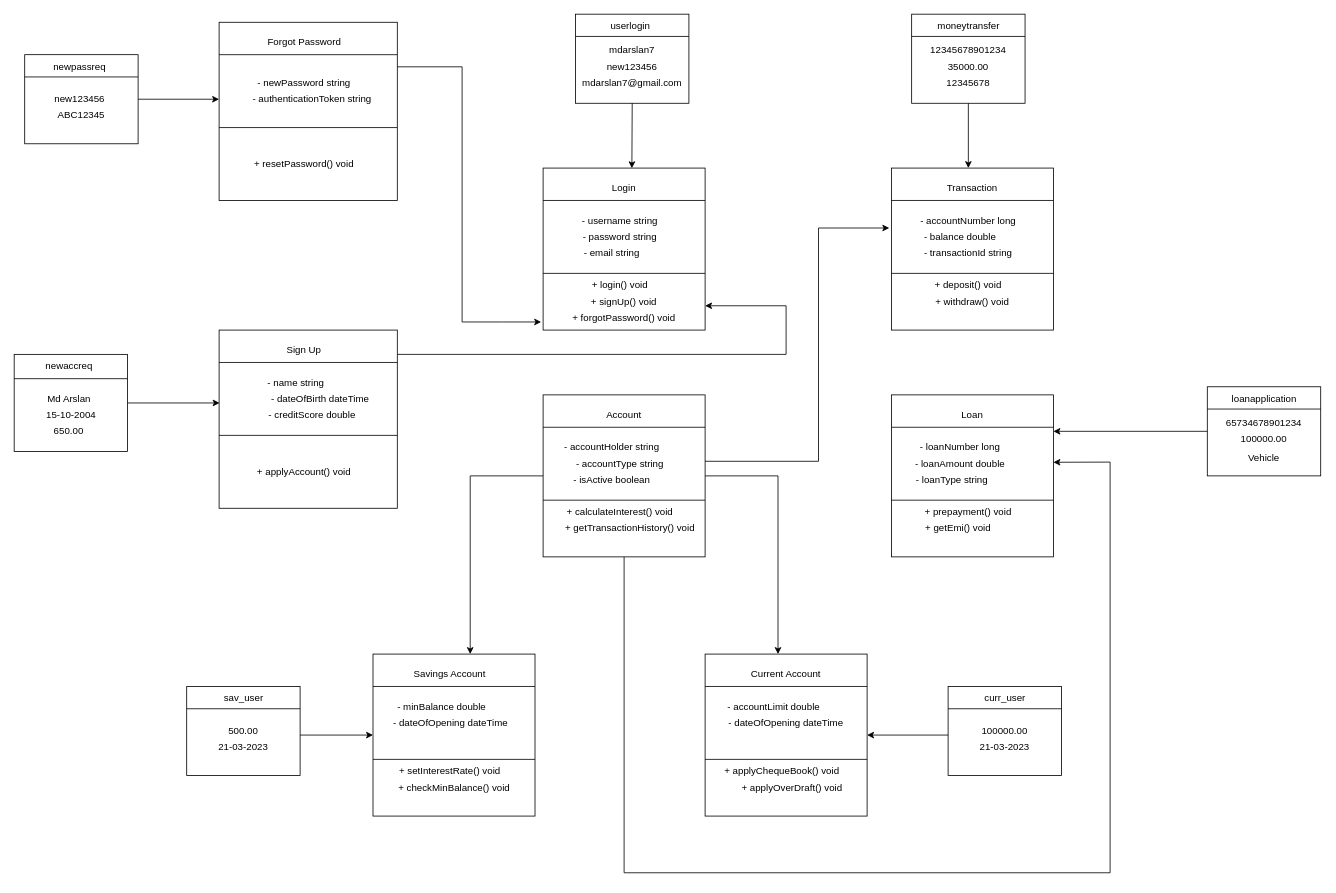
mdarslan7/sepm_lab_diagrams keeps this draw.io diagram as Untitled Diagram.drawio. Above is the earlier version. Source tidied: cells renumbered, new cells numbered last; positions are measured from the earlier drawing's top-left corner, leaving out a move shared by most shapes. Both pictures are drawn from the tidied source at 81%, with x=0, y=0 at pixel (14, 14).
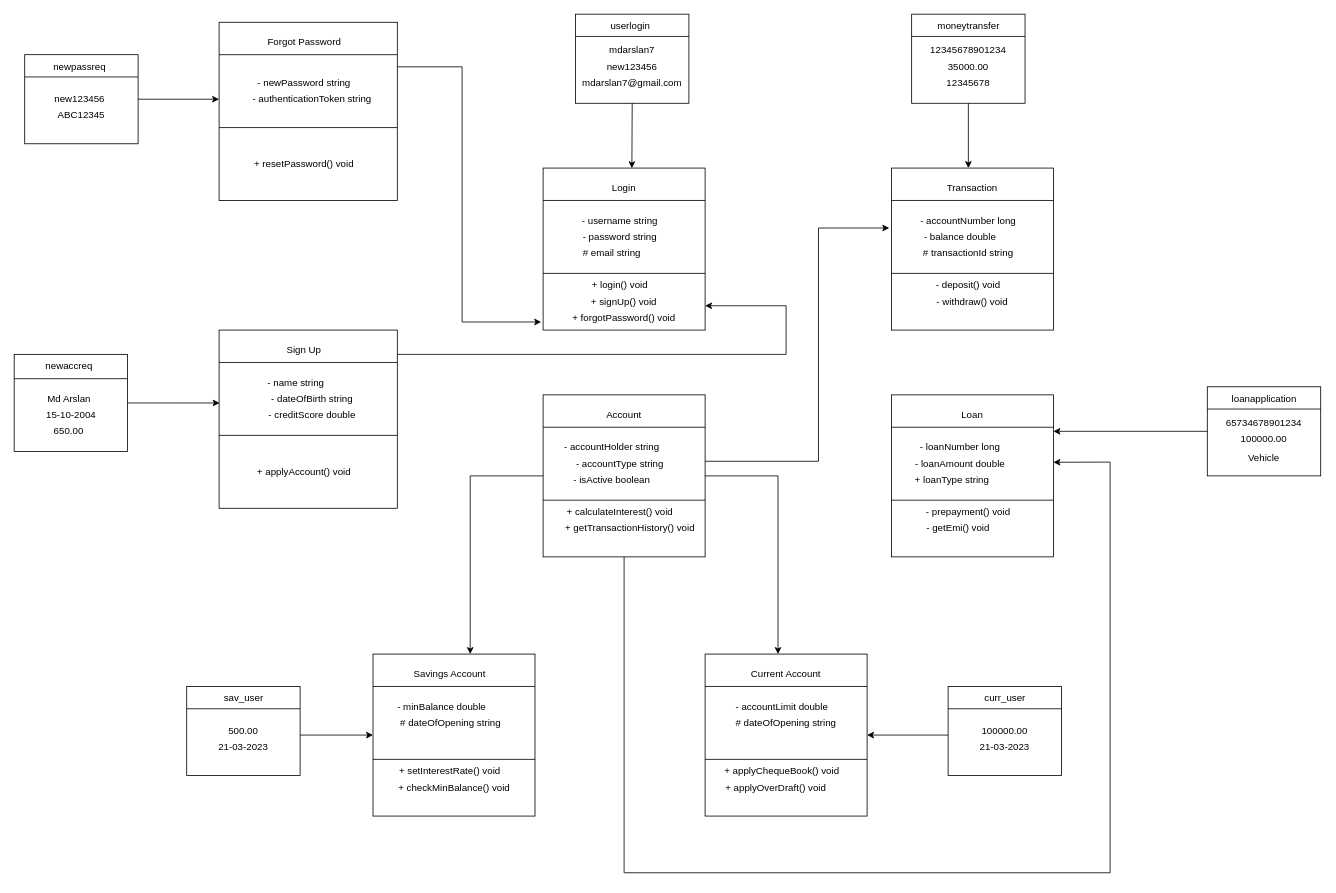
The same diagram, later.

Change to the diagram source:
```diff
@@
-    <mxCell id="8" value="- email string" style="text;html=1;align=center;verticalAlign=middle;whiteSpace=wrap;rounded=0;" parent="1" vertex="1">
+    <mxCell id="8" value="# email string" style="text;html=1;align=center;verticalAlign=middle;whiteSpace=wrap;rounded=0;" parent="1" vertex="1">
       <mxGeometry x="663" y="280" width="150" height="30" as="geometry" />
     </mxCell>
@@
-    <mxCell id="18" value="+ deposit() void" style="text;html=1;align=center;verticalAlign=middle;whiteSpace=wrap;rounded=0;" parent="1" vertex="1">
+    <mxCell id="18" value="- deposit() void" style="text;html=1;align=center;verticalAlign=middle;whiteSpace=wrap;rounded=0;" parent="1" vertex="1">
       <mxGeometry x="1103" y="320" width="150" height="30" as="geometry" />
     </mxCell>
-    <mxCell id="19" value="+ withdraw() void" style="text;html=1;align=center;verticalAlign=middle;whiteSpace=wrap;rounded=0;" parent="1" vertex="1">
+    <mxCell id="19" value="- withdraw() void" style="text;html=1;align=center;verticalAlign=middle;whiteSpace=wrap;rounded=0;" parent="1" vertex="1">
       <mxGeometry x="1108" y="340" width="150" height="30" as="geometry" />
     </mxCell>
-    <mxCell id="20" value="- transactionId string" style="text;html=1;align=center;verticalAlign=middle;whiteSpace=wrap;rounded=0;" parent="1" vertex="1">
+    <mxCell id="20" value="# transactionId string" style="text;html=1;align=center;verticalAlign=middle;whiteSpace=wrap;rounded=0;" parent="1" vertex="1">
       <mxGeometry x="1103" y="280" width="150" height="30" as="geometry" />
     </mxCell>
@@
-    <mxCell id="35" value="- loanType string" style="text;html=1;align=center;verticalAlign=middle;whiteSpace=wrap;rounded=0;" parent="1" vertex="1">
+    <mxCell id="35" value="+ loanType string" style="text;html=1;align=center;verticalAlign=middle;whiteSpace=wrap;rounded=0;" parent="1" vertex="1">
       <mxGeometry x="1083" y="560" width="150" height="30" as="geometry" />
     </mxCell>
-    <mxCell id="36" value="+ prepayment() void" style="text;html=1;align=center;verticalAlign=middle;whiteSpace=wrap;rounded=0;" parent="1" vertex="1">
+    <mxCell id="36" value="- prepayment() void" style="text;html=1;align=center;verticalAlign=middle;whiteSpace=wrap;rounded=0;" parent="1" vertex="1">
       <mxGeometry x="1103" y="600" width="150" height="30" as="geometry" />
     </mxCell>
-    <mxCell id="37" value="+ getEmi() void" style="text;html=1;align=center;verticalAlign=middle;whiteSpace=wrap;rounded=0;" parent="1" vertex="1">
+    <mxCell id="37" value="- getEmi() void" style="text;html=1;align=center;verticalAlign=middle;whiteSpace=wrap;rounded=0;" parent="1" vertex="1">
       <mxGeometry x="1083" y="620" width="165" height="30" as="geometry" />
     </mxCell>
@@
-    <mxCell id="43" value="- dateOfOpening dateTime" style="text;html=1;align=center;verticalAlign=middle;whiteSpace=wrap;rounded=0;" parent="1" vertex="1">
+    <mxCell id="43" value="# dateOfOpening string" style="text;html=1;align=center;verticalAlign=middle;whiteSpace=wrap;rounded=0;" parent="1" vertex="1">
       <mxGeometry x="464" y="860" width="150" height="30" as="geometry" />
     </mxCell>
@@
-    <mxCell id="51" value="- dateOfOpening dateTime" style="text;html=1;align=center;verticalAlign=middle;whiteSpace=wrap;rounded=0;" parent="1" vertex="1">
+    <mxCell id="51" value="# dateOfOpening string" style="text;html=1;align=center;verticalAlign=middle;whiteSpace=wrap;rounded=0;" parent="1" vertex="1">
       <mxGeometry x="878" y="860" width="150" height="30" as="geometry" />
     </mxCell>
@@
     <mxCell id="53" value="+ applyOverDraft() void" style="text;html=1;align=center;verticalAlign=middle;whiteSpace=wrap;rounded=0;" parent="1" vertex="1">
-      <mxGeometry x="878" y="940" width="165" height="30" as="geometry" />
+      <mxGeometry x="858" y="940" width="165" height="30" as="geometry" />
     </mxCell>
     <mxCell id="54" value="- accountLimit double" style="text;html=1;align=center;verticalAlign=middle;whiteSpace=wrap;rounded=0;" parent="1" vertex="1">
-      <mxGeometry x="863" y="840" width="150" height="30" as="geometry" />
+      <mxGeometry x="873" y="840" width="150" height="30" as="geometry" />
     </mxCell>
@@
-    <mxCell id="60" value="- dateOfBirth dateTime" style="text;html=1;align=center;verticalAlign=middle;whiteSpace=wrap;rounded=0;" parent="1" vertex="1">
-      <mxGeometry x="303" y="460" width="150" height="30" as="geometry" />
+    <mxCell id="60" value="- dateOfBirth string" style="text;html=1;align=center;verticalAlign=middle;whiteSpace=wrap;rounded=0;" parent="1" vertex="1">
+      <mxGeometry x="293" y="460" width="150" height="30" as="geometry" />
     </mxCell>
```
